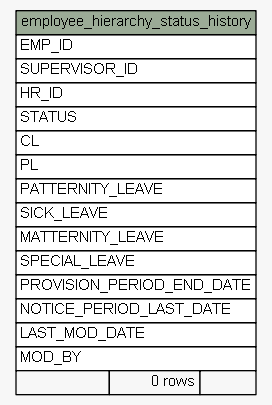
Earlier version of the Graphviz export docs/database/schemaspy/graphs/summary/employee_hierarchy_status_history.1degree.png (engineerscraft/hrms). Its source is kept beside it as docs/database/schemaspy/graphs/summary/employee_hierarchy_status_history.1degree.dot. Its diagram source:
```dot
digraph "employee_hierarchy_status_history" {
  graph [
    rankdir="RL"
    bgcolor="#f7f7f7"
  ];
  node [
    fontname="Helvetica"
    fontsize="11"
    shape="plaintext"
  ];
  edge [
    arrowsize="0.8"
  ];
  "employee_hierarchy_status_history" [
    label=<
    <TABLE BORDER="0" CELLBORDER="1" CELLSPACING="0" BGCOLOR="#ffffff">
      <TR><TD PORT="employee_hierarchy_status_history.heading" COLSPAN="3" BGCOLOR="#9bab96" ALIGN="CENTER">employee_hierarchy_status_history</TD></TR>
      <TR><TD PORT="EMP_ID" COLSPAN="3" ALIGN="LEFT">EMP_ID</TD></TR>
      <TR><TD PORT="SUPERVISOR_ID" COLSPAN="3" ALIGN="LEFT">SUPERVISOR_ID</TD></TR>
      <TR><TD PORT="HR_ID" COLSPAN="3" ALIGN="LEFT">HR_ID</TD></TR>
      <TR><TD PORT="STATUS" COLSPAN="3" ALIGN="LEFT">STATUS</TD></TR>
      <TR><TD PORT="CL" COLSPAN="3" ALIGN="LEFT">CL</TD></TR>
      <TR><TD PORT="PL" COLSPAN="3" ALIGN="LEFT">PL</TD></TR>
      <TR><TD PORT="PATTERNITY_LEAVE" COLSPAN="3" ALIGN="LEFT">PATTERNITY_LEAVE</TD></TR>
      <TR><TD PORT="SICK_LEAVE" COLSPAN="3" ALIGN="LEFT">SICK_LEAVE</TD></TR>
      <TR><TD PORT="MATTERNITY_LEAVE" COLSPAN="3" ALIGN="LEFT">MATTERNITY_LEAVE</TD></TR>
      <TR><TD PORT="SPECIAL_LEAVE" COLSPAN="3" ALIGN="LEFT">SPECIAL_LEAVE</TD></TR>
      <TR><TD PORT="PROVISION_PERIOD_END_DATE" COLSPAN="3" ALIGN="LEFT">PROVISION_PERIOD_END_DATE</TD></TR>
      <TR><TD PORT="NOTICE_PERIOD_LAST_DATE" COLSPAN="3" ALIGN="LEFT">NOTICE_PERIOD_LAST_DATE</TD></TR>
      <TR><TD PORT="LAST_MOD_DATE" COLSPAN="3" ALIGN="LEFT">LAST_MOD_DATE</TD></TR>
      <TR><TD PORT="MOD_BY" COLSPAN="3" ALIGN="LEFT">MOD_BY</TD></TR>
      <TR><TD ALIGN="LEFT" BGCOLOR="#f7f7f7">  </TD><TD ALIGN="RIGHT" BGCOLOR="#f7f7f7">0 rows</TD><TD ALIGN="RIGHT" BGCOLOR="#f7f7f7">  </TD></TR>
    </TABLE>>
    URL="tables/employee_hierarchy_status_history.html#"
    tooltip="employee_hierarchy_status_history"
  ];
}
```
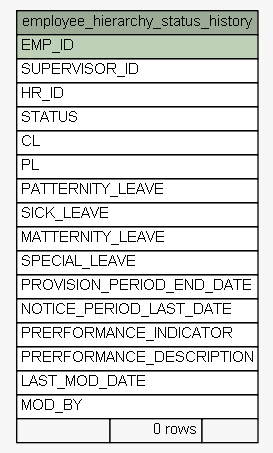
The same diagram one commit later.

The edit, as a diff of the source:
```diff
@@ -15,7 +15,7 @@
     label=<
     <TABLE BORDER="0" CELLBORDER="1" CELLSPACING="0" BGCOLOR="#ffffff">
       <TR><TD PORT="employee_hierarchy_status_history.heading" COLSPAN="3" BGCOLOR="#9bab96" ALIGN="CENTER">employee_hierarchy_status_history</TD></TR>
-      <TR><TD PORT="EMP_ID" COLSPAN="3" ALIGN="LEFT">EMP_ID</TD></TR>
+      <TR><TD PORT="EMP_ID" COLSPAN="3" BGCOLOR="#bed1b8" ALIGN="LEFT">EMP_ID</TD></TR>
       <TR><TD PORT="SUPERVISOR_ID" COLSPAN="3" ALIGN="LEFT">SUPERVISOR_ID</TD></TR>
       <TR><TD PORT="HR_ID" COLSPAN="3" ALIGN="LEFT">HR_ID</TD></TR>
       <TR><TD PORT="STATUS" COLSPAN="3" ALIGN="LEFT">STATUS</TD></TR>
@@ -27,6 +27,8 @@
       <TR><TD PORT="SPECIAL_LEAVE" COLSPAN="3" ALIGN="LEFT">SPECIAL_LEAVE</TD></TR>
       <TR><TD PORT="PROVISION_PERIOD_END_DATE" COLSPAN="3" ALIGN="LEFT">PROVISION_PERIOD_END_DATE</TD></TR>
       <TR><TD PORT="NOTICE_PERIOD_LAST_DATE" COLSPAN="3" ALIGN="LEFT">NOTICE_PERIOD_LAST_DATE</TD></TR>
+      <TR><TD PORT="PRERFORMANCE_INDICATOR" COLSPAN="3" ALIGN="LEFT">PRERFORMANCE_INDICATOR</TD></TR>
+      <TR><TD PORT="PRERFORMANCE_DESCRIPTION" COLSPAN="3" ALIGN="LEFT">PRERFORMANCE_DESCRIPTION</TD></TR>
       <TR><TD PORT="LAST_MOD_DATE" COLSPAN="3" ALIGN="LEFT">LAST_MOD_DATE</TD></TR>
       <TR><TD PORT="MOD_BY" COLSPAN="3" ALIGN="LEFT">MOD_BY</TD></TR>
       <TR><TD ALIGN="LEFT" BGCOLOR="#f7f7f7">  </TD><TD ALIGN="RIGHT" BGCOLOR="#f7f7f7">0 rows</TD><TD ALIGN="RIGHT" BGCOLOR="#f7f7f7">  </TD></TR>
```
